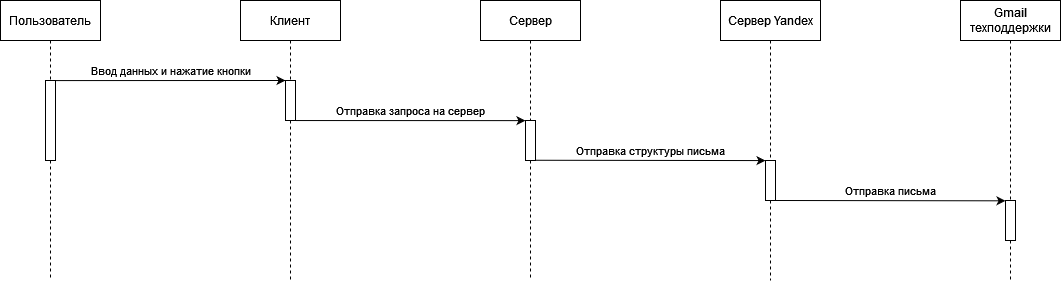
The draw.io diagram SDS/Images/Sequence_support.png in PhoeniX-art-lab/TRiTPO, before a commit. Source tidied: cells renumbered, new cells last; positions are measured from the earlier drawing's top-left corner, leaving out a move shared by most shapes.
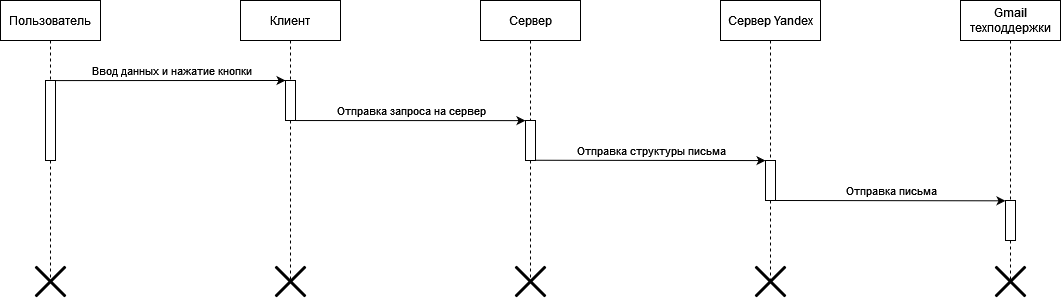
Above is the later version.

Diff of the diagram source:
```diff
@@ -75,5 +75,20 @@
         <mxPoint x="1005" y="200.3" as="targetPoint" />
       </mxGeometry>
     </mxCell>
+    <mxCell id="21" style="shape=umlDestroy;whiteSpace=wrap;html=1;strokeWidth=3;" parent="1" vertex="1">
+      <mxGeometry x="35" y="266" width="30" height="30" as="geometry" />
+    </mxCell>
+    <mxCell id="22" style="shape=umlDestroy;whiteSpace=wrap;html=1;strokeWidth=3;" parent="1" vertex="1">
+      <mxGeometry x="275" y="266" width="30" height="30" as="geometry" />
+    </mxCell>
+    <mxCell id="23" style="shape=umlDestroy;whiteSpace=wrap;html=1;strokeWidth=3;" parent="1" vertex="1">
+      <mxGeometry x="515" y="266" width="30" height="30" as="geometry" />
+    </mxCell>
+    <mxCell id="24" style="shape=umlDestroy;whiteSpace=wrap;html=1;strokeWidth=3;" parent="1" vertex="1">
+      <mxGeometry x="755" y="266" width="30" height="30" as="geometry" />
+    </mxCell>
+    <mxCell id="25" style="shape=umlDestroy;whiteSpace=wrap;html=1;strokeWidth=3;" parent="1" vertex="1">
+      <mxGeometry x="995" y="266" width="30" height="30" as="geometry" />
+    </mxCell>
   </root>
 </mxGraphModel>
```
